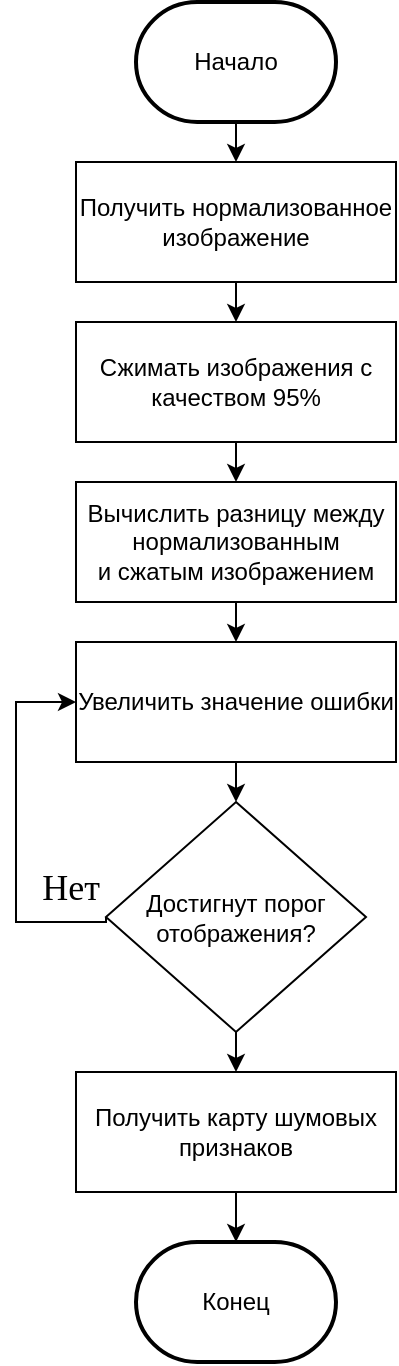
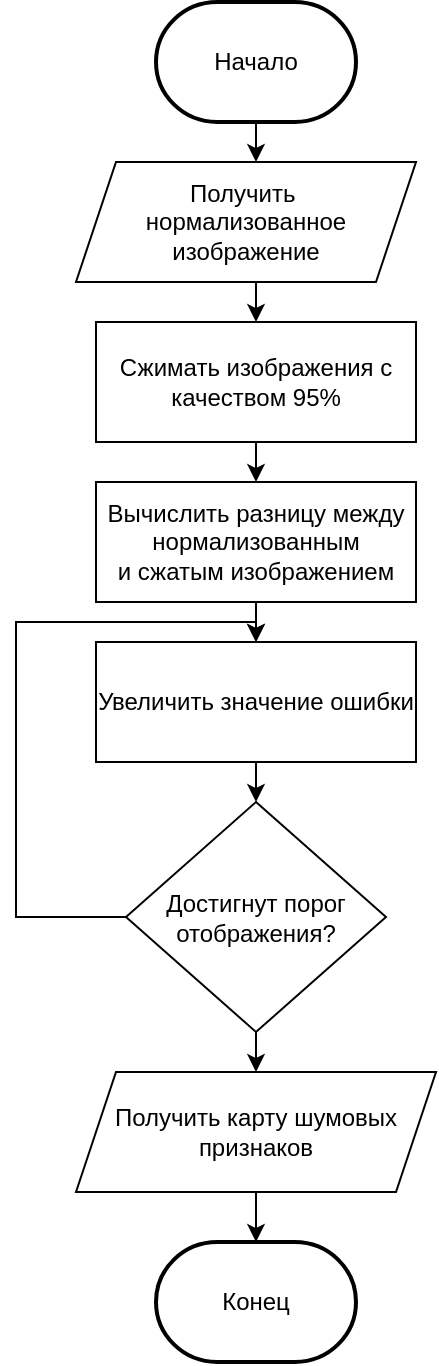
<mxfile host="app.diagrams.net" pages="7">
  <diagram name="Page-1" id="5f_jr6UWxS-_6FZO3qs_">
-     <mxGraphModel dx="1672" dy="833" grid="1" gridSize="10" guides="1" tooltips="1" connect="1" arrows="1" fold="1" page="1" pageScale="1" pageWidth="827" pageHeight="1169" math="0" shadow="0">
-       <root>
-         <mxCell id="0" />
-         <mxCell id="1" parent="0" />
-         <mxCell id="iaA5_6DPOr1e64id2T_v-5" edge="1" parent="1" source="iaA5_6DPOr1e64id2T_v-1" style="edgeStyle=orthogonalEdgeStyle;rounded=0;orthogonalLoop=1;jettySize=auto;html=1;exitX=0.5;exitY=1;exitDx=0;exitDy=0;exitPerimeter=0;entryX=0.5;entryY=0;entryDx=0;entryDy=0;" target="iaA5_6DPOr1e64id2T_v-4">
-           <mxGeometry relative="1" as="geometry" />
+     <mxGraphModel dx="1349" dy="791" grid="1" gridSize="10" guides="1" tooltips="1" connect="1" arrows="1" fold="1" page="1" pageScale="1" pageWidth="827" pageHeight="1169" math="0" shadow="0">
+       <root>
+         <mxCell id="0" />
+         <mxCell id="1" parent="0" />
+         <mxCell id="iaA5_6DPOr1e64id2T_v-5" edge="1" parent="1" source="iaA5_6DPOr1e64id2T_v-1" style="edgeStyle=orthogonalEdgeStyle;rounded=0;orthogonalLoop=1;jettySize=auto;html=1;exitX=0.5;exitY=1;exitDx=0;exitDy=0;exitPerimeter=0;entryX=0.5;entryY=0;entryDx=0;entryDy=0;">
+           <mxGeometry relative="1" as="geometry">
+             <mxPoint x="400" y="100" as="targetPoint" />
+           </mxGeometry>
        </mxCell>
        <mxCell id="iaA5_6DPOr1e64id2T_v-1" parent="1" style="strokeWidth=2;html=1;shape=mxgraph.flowchart.terminator;whiteSpace=wrap;" value="Начало" vertex="1">
          <mxGeometry height="60" width="100" x="350" y="20" as="geometry" />
        </mxCell>
        <mxCell id="iaA5_6DPOr1e64id2T_v-2" parent="1" style="strokeWidth=2;html=1;shape=mxgraph.flowchart.terminator;whiteSpace=wrap;" value="Конец" vertex="1">
          <mxGeometry height="60" width="100" x="350" y="640" as="geometry" />
        </mxCell>
-         <mxCell id="iaA5_6DPOr1e64id2T_v-11" edge="1" parent="1" source="iaA5_6DPOr1e64id2T_v-4" style="edgeStyle=orthogonalEdgeStyle;rounded=0;orthogonalLoop=1;jettySize=auto;html=1;exitX=0.5;exitY=1;exitDx=0;exitDy=0;entryX=0.5;entryY=0;entryDx=0;entryDy=0;" target="iaA5_6DPOr1e64id2T_v-6">
-           <mxGeometry relative="1" as="geometry" />
-         </mxCell>
-         <mxCell id="iaA5_6DPOr1e64id2T_v-4" parent="1" style="rounded=0;whiteSpace=wrap;html=1;" value="Получить нормализованное изображение" vertex="1">
-           <mxGeometry height="60" width="160" x="320" y="100" as="geometry" />
+         <mxCell id="iaA5_6DPOr1e64id2T_v-11" edge="1" parent="1" style="edgeStyle=orthogonalEdgeStyle;rounded=0;orthogonalLoop=1;jettySize=auto;html=1;exitX=0.5;exitY=1;exitDx=0;exitDy=0;entryX=0.5;entryY=0;entryDx=0;entryDy=0;" target="iaA5_6DPOr1e64id2T_v-6">
+           <mxGeometry relative="1" as="geometry">
+             <mxPoint x="400" y="160" as="sourcePoint" />
+           </mxGeometry>
        </mxCell>
        <mxCell id="iaA5_6DPOr1e64id2T_v-12" edge="1" parent="1" source="iaA5_6DPOr1e64id2T_v-6" style="edgeStyle=orthogonalEdgeStyle;rounded=0;orthogonalLoop=1;jettySize=auto;html=1;exitX=0.5;exitY=1;exitDx=0;exitDy=0;entryX=0.5;entryY=0;entryDx=0;entryDy=0;" target="iaA5_6DPOr1e64id2T_v-7">
          <mxGeometry relative="1" as="geometry" />
        </mxCell>
        <mxCell id="iaA5_6DPOr1e64id2T_v-6" parent="1" style="rounded=0;whiteSpace=wrap;html=1;" value="Сжимать изображения с качеством 95%" vertex="1">
          <mxGeometry height="60" width="160" x="320" y="180" as="geometry" />
        </mxCell>
        <mxCell id="iaA5_6DPOr1e64id2T_v-13" edge="1" parent="1" source="iaA5_6DPOr1e64id2T_v-7" style="edgeStyle=orthogonalEdgeStyle;rounded=0;orthogonalLoop=1;jettySize=auto;html=1;exitX=0.5;exitY=1;exitDx=0;exitDy=0;entryX=0.5;entryY=0;entryDx=0;entryDy=0;" target="iaA5_6DPOr1e64id2T_v-8">
          <mxGeometry relative="1" as="geometry" />
        </mxCell>
        <mxCell id="iaA5_6DPOr1e64id2T_v-7" parent="1" style="rounded=0;whiteSpace=wrap;html=1;" value="Вычислить разницу между нормализованным и&amp;nbsp;сжатым изображением" vertex="1">
          <mxGeometry height="60" width="160" x="320" y="260" as="geometry" />
        </mxCell>
        <mxCell id="iaA5_6DPOr1e64id2T_v-14" edge="1" parent="1" source="iaA5_6DPOr1e64id2T_v-8" style="edgeStyle=orthogonalEdgeStyle;rounded=0;orthogonalLoop=1;jettySize=auto;html=1;exitX=0.5;exitY=1;exitDx=0;exitDy=0;entryX=0.5;entryY=0;entryDx=0;entryDy=0;" target="iaA5_6DPOr1e64id2T_v-9">
          <mxGeometry relative="1" as="geometry" />
        </mxCell>
        <mxCell id="iaA5_6DPOr1e64id2T_v-8" parent="1" style="rounded=0;whiteSpace=wrap;html=1;" value="Увеличить значение ошибки" vertex="1">
          <mxGeometry height="60" width="160" x="320" y="340" as="geometry" />
        </mxCell>
-         <mxCell id="iaA5_6DPOr1e64id2T_v-15" edge="1" parent="1" source="iaA5_6DPOr1e64id2T_v-9" style="edgeStyle=orthogonalEdgeStyle;rounded=0;orthogonalLoop=1;jettySize=auto;html=1;exitX=0.5;exitY=1;exitDx=0;exitDy=0;entryX=0.5;entryY=0;entryDx=0;entryDy=0;" target="iaA5_6DPOr1e64id2T_v-10">
-           <mxGeometry relative="1" as="geometry" />
-         </mxCell>
-         <mxCell id="iaA5_6DPOr1e64id2T_v-17" edge="1" parent="1" source="iaA5_6DPOr1e64id2T_v-9" style="edgeStyle=orthogonalEdgeStyle;rounded=0;orthogonalLoop=1;jettySize=auto;html=1;exitX=0;exitY=0.5;exitDx=0;exitDy=0;entryX=0;entryY=0.5;entryDx=0;entryDy=0;" target="iaA5_6DPOr1e64id2T_v-8">
-           <mxGeometry relative="1" as="geometry">
-             <Array as="points">
-               <mxPoint x="335" y="480" />
-               <mxPoint x="290" y="480" />
-               <mxPoint x="290" y="370" />
-             </Array>
-           </mxGeometry>
-         </mxCell>
-         <mxCell id="iaA5_6DPOr1e64id2T_v-18" connectable="0" parent="iaA5_6DPOr1e64id2T_v-17" style="edgeLabel;html=1;align=center;verticalAlign=middle;resizable=0;points=[];" value="&lt;font style=&quot;font-size: 18px;&quot; face=&quot;Times New Roman&quot;&gt;Нет&lt;/font&gt;" vertex="1">
-           <mxGeometry relative="1" x="-0.8433" y="2" as="geometry">
-             <mxPoint x="-6" y="-19" as="offset" />
+         <mxCell id="iaA5_6DPOr1e64id2T_v-15" edge="1" parent="1" source="iaA5_6DPOr1e64id2T_v-9" style="edgeStyle=orthogonalEdgeStyle;rounded=0;orthogonalLoop=1;jettySize=auto;html=1;exitX=0.5;exitY=1;exitDx=0;exitDy=0;entryX=0.5;entryY=0;entryDx=0;entryDy=0;">
+           <mxGeometry relative="1" as="geometry">
+             <mxPoint x="400" y="555" as="targetPoint" />
+           </mxGeometry>
+         </mxCell>
+         <mxCell id="fFi83JusMAsFYEfJsfWx-3" edge="1" parent="1" source="iaA5_6DPOr1e64id2T_v-9" style="edgeStyle=orthogonalEdgeStyle;rounded=0;orthogonalLoop=1;jettySize=auto;html=1;exitX=0;exitY=0.5;exitDx=0;exitDy=0;entryX=0.5;entryY=0;entryDx=0;entryDy=0;" target="iaA5_6DPOr1e64id2T_v-8">
+           <mxGeometry relative="1" as="geometry">
+             <Array as="points">
+               <mxPoint x="280" y="478" />
+               <mxPoint x="280" y="330" />
+               <mxPoint x="400" y="330" />
+             </Array>
          </mxGeometry>
        </mxCell>
        <mxCell id="iaA5_6DPOr1e64id2T_v-9" parent="1" style="rhombus;whiteSpace=wrap;html=1;" value="Достигнут порог отображения?" vertex="1">
          <mxGeometry height="115" width="130" x="335" y="420" as="geometry" />
        </mxCell>
-         <mxCell id="iaA5_6DPOr1e64id2T_v-10" parent="1" style="rounded=0;whiteSpace=wrap;html=1;" value="Получить карту шумовых признаков" vertex="1">
-           <mxGeometry height="60" width="160" x="320" y="555" as="geometry" />
-         </mxCell>
-         <mxCell id="iaA5_6DPOr1e64id2T_v-16" edge="1" parent="1" source="iaA5_6DPOr1e64id2T_v-10" style="edgeStyle=orthogonalEdgeStyle;rounded=0;orthogonalLoop=1;jettySize=auto;html=1;exitX=0.5;exitY=1;exitDx=0;exitDy=0;entryX=0.5;entryY=0;entryDx=0;entryDy=0;entryPerimeter=0;" target="iaA5_6DPOr1e64id2T_v-2">
-           <mxGeometry relative="1" as="geometry" />
+         <mxCell id="iaA5_6DPOr1e64id2T_v-16" edge="1" parent="1" style="edgeStyle=orthogonalEdgeStyle;rounded=0;orthogonalLoop=1;jettySize=auto;html=1;exitX=0.5;exitY=1;exitDx=0;exitDy=0;entryX=0.5;entryY=0;entryDx=0;entryDy=0;entryPerimeter=0;" target="iaA5_6DPOr1e64id2T_v-2">
+           <mxGeometry relative="1" as="geometry">
+             <mxPoint x="400" y="615" as="sourcePoint" />
+           </mxGeometry>
+         </mxCell>
+         <mxCell id="fFi83JusMAsFYEfJsfWx-1" parent="1" style="shape=parallelogram;perimeter=parallelogramPerimeter;whiteSpace=wrap;html=1;fixedSize=1;" value="Получить карту шумовых признаков" vertex="1">
+           <mxGeometry height="60" width="180" x="310" y="555" as="geometry" />
+         </mxCell>
+         <mxCell id="fFi83JusMAsFYEfJsfWx-2" parent="1" style="shape=parallelogram;perimeter=parallelogramPerimeter;whiteSpace=wrap;html=1;fixedSize=1;" value="Получить&amp;nbsp;&lt;div&gt;нормализованное изображение&lt;/div&gt;" vertex="1">
+           <mxGeometry height="60" width="170" x="310" y="100" as="geometry" />
        </mxCell>
      </root>
    </mxGraphModel>
  </diagram>
  <diagram id="vBK4sfr0m_FmbmRXdi4s" name="Page-2">
    <mxGraphModel dx="2176" dy="791" grid="1" gridSize="10" guides="1" tooltips="1" connect="1" arrows="1" fold="1" page="1" pageScale="1" pageWidth="827" pageHeight="1169" math="0" shadow="0">
      <root>
        <mxCell id="0" />
        <mxCell id="1" parent="0" />
        <mxCell id="5En8AD1KOrPb9QO5nH8u-88" edge="1" parent="1" source="5En8AD1KOrPb9QO5nH8u-56" style="edgeStyle=orthogonalEdgeStyle;rounded=0;orthogonalLoop=1;jettySize=auto;html=1;exitX=1;exitY=0.5;exitDx=0;exitDy=0;entryX=0;entryY=0.5;entryDx=0;entryDy=0;fontFamily=Times New Roman;" target="5En8AD1KOrPb9QO5nH8u-63">
          <mxGeometry relative="1" as="geometry" />
        </mxCell>
        <mxCell id="5En8AD1KOrPb9QO5nH8u-56" parent="1" style="rounded=0;whiteSpace=wrap;html=1;fontFamily=Times New Roman;" value="Блок свертки и уменьшения размерности 1" vertex="1">
          <mxGeometry height="60" width="120" x="20" y="280" as="geometry" />
        </mxCell>
        <mxCell id="5En8AD1KOrPb9QO5nH8u-89" edge="1" parent="1" source="5En8AD1KOrPb9QO5nH8u-63" style="edgeStyle=orthogonalEdgeStyle;rounded=0;orthogonalLoop=1;jettySize=auto;html=1;exitX=1;exitY=0.5;exitDx=0;exitDy=0;fontFamily=Times New Roman;" target="5En8AD1KOrPb9QO5nH8u-64">
          <mxGeometry relative="1" as="geometry" />
        </mxCell>
        <mxCell id="5En8AD1KOrPb9QO5nH8u-63" parent="1" style="rounded=0;whiteSpace=wrap;html=1;fontFamily=Times New Roman;" value="Блок свертки и уменьшения размерности 2" vertex="1">
          <mxGeometry height="60" width="120" x="170" y="280" as="geometry" />
        </mxCell>
        <mxCell id="5En8AD1KOrPb9QO5nH8u-90" edge="1" parent="1" source="5En8AD1KOrPb9QO5nH8u-64" style="edgeStyle=orthogonalEdgeStyle;rounded=0;orthogonalLoop=1;jettySize=auto;html=1;exitX=1;exitY=0.5;exitDx=0;exitDy=0;entryX=0;entryY=0.5;entryDx=0;entryDy=0;fontFamily=Times New Roman;" target="5En8AD1KOrPb9QO5nH8u-65">
          <mxGeometry relative="1" as="geometry" />
        </mxCell>
        <mxCell id="5En8AD1KOrPb9QO5nH8u-64" parent="1" style="rounded=0;whiteSpace=wrap;html=1;fontFamily=Times New Roman;" value="Блок свертки и уменьшения размерности 3" vertex="1">
          <mxGeometry height="60" width="120" x="320" y="280" as="geometry" />
        </mxCell>
        <mxCell id="5En8AD1KOrPb9QO5nH8u-91" edge="1" parent="1" source="5En8AD1KOrPb9QO5nH8u-65" style="edgeStyle=orthogonalEdgeStyle;rounded=0;orthogonalLoop=1;jettySize=auto;html=1;exitX=1;exitY=0.5;exitDx=0;exitDy=0;entryX=0;entryY=0.5;entryDx=0;entryDy=0;fontFamily=Times New Roman;" target="5En8AD1KOrPb9QO5nH8u-71">
          <mxGeometry relative="1" as="geometry" />
        </mxCell>
        <mxCell id="5En8AD1KOrPb9QO5nH8u-65" parent="1" style="rounded=0;whiteSpace=wrap;html=1;fontFamily=Times New Roman;" value="Блок свертки и уменьшения размерности 4" vertex="1">
          <mxGeometry height="60" width="120" x="470" y="280" as="geometry" />
        </mxCell>
        <mxCell id="5En8AD1KOrPb9QO5nH8u-81" edge="1" parent="1" source="5En8AD1KOrPb9QO5nH8u-66" style="edgeStyle=orthogonalEdgeStyle;rounded=0;orthogonalLoop=1;jettySize=auto;html=1;exitX=1;exitY=0.5;exitDx=0;exitDy=0;entryX=0;entryY=0.5;entryDx=0;entryDy=0;fontFamily=Times New Roman;" target="5En8AD1KOrPb9QO5nH8u-67">
          <mxGeometry relative="1" as="geometry" />
        </mxCell>
        <mxCell id="5En8AD1KOrPb9QO5nH8u-85" edge="1" parent="1" source="5En8AD1KOrPb9QO5nH8u-66" style="edgeStyle=orthogonalEdgeStyle;rounded=0;orthogonalLoop=1;jettySize=auto;html=1;exitX=1;exitY=0.5;exitDx=0;exitDy=0;entryX=0.5;entryY=0;entryDx=0;entryDy=0;fontFamily=Times New Roman;" target="5En8AD1KOrPb9QO5nH8u-76">
          <mxGeometry relative="1" as="geometry">
            <Array as="points">
              <mxPoint x="150" y="100" />
            </Array>
          </mxGeometry>
        </mxCell>
        <mxCell id="5En8AD1KOrPb9QO5nH8u-66" parent="1" style="rounded=0;whiteSpace=wrap;html=1;fontFamily=Times New Roman;" value="Блок свертки и уменьшения размерности 1" vertex="1">
          <mxGeometry height="60" width="120" x="20" y="70" as="geometry" />
        </mxCell>
        <mxCell id="5En8AD1KOrPb9QO5nH8u-82" edge="1" parent="1" source="5En8AD1KOrPb9QO5nH8u-67" style="edgeStyle=orthogonalEdgeStyle;rounded=0;orthogonalLoop=1;jettySize=auto;html=1;exitX=1;exitY=0.5;exitDx=0;exitDy=0;entryX=0;entryY=0.5;entryDx=0;entryDy=0;fontFamily=Times New Roman;" target="5En8AD1KOrPb9QO5nH8u-68">
          <mxGeometry relative="1" as="geometry" />
        </mxCell>
        <mxCell id="5En8AD1KOrPb9QO5nH8u-86" edge="1" parent="1" source="5En8AD1KOrPb9QO5nH8u-67" style="edgeStyle=orthogonalEdgeStyle;rounded=0;orthogonalLoop=1;jettySize=auto;html=1;exitX=1;exitY=0.5;exitDx=0;exitDy=0;entryX=0.5;entryY=0;entryDx=0;entryDy=0;fontFamily=Times New Roman;" target="5En8AD1KOrPb9QO5nH8u-78">
          <mxGeometry relative="1" as="geometry">
            <Array as="points">
              <mxPoint x="300" y="100" />
            </Array>
          </mxGeometry>
        </mxCell>
        <mxCell id="5En8AD1KOrPb9QO5nH8u-67" parent="1" style="rounded=0;whiteSpace=wrap;html=1;fontFamily=Times New Roman;" value="Блок свертки и уменьшения размерности 2" vertex="1">
          <mxGeometry height="60" width="120" x="170" y="70" as="geometry" />
        </mxCell>
        <mxCell id="5En8AD1KOrPb9QO5nH8u-83" edge="1" parent="1" source="5En8AD1KOrPb9QO5nH8u-68" style="edgeStyle=orthogonalEdgeStyle;rounded=0;orthogonalLoop=1;jettySize=auto;html=1;exitX=1;exitY=0.5;exitDx=0;exitDy=0;entryX=0;entryY=0.5;entryDx=0;entryDy=0;fontFamily=Times New Roman;" target="5En8AD1KOrPb9QO5nH8u-69">
          <mxGeometry relative="1" as="geometry" />
        </mxCell>
        <mxCell id="5En8AD1KOrPb9QO5nH8u-87" edge="1" parent="1" source="5En8AD1KOrPb9QO5nH8u-68" style="edgeStyle=orthogonalEdgeStyle;rounded=0;orthogonalLoop=1;jettySize=auto;html=1;exitX=1;exitY=0.5;exitDx=0;exitDy=0;fontFamily=Times New Roman;" target="5En8AD1KOrPb9QO5nH8u-79">
          <mxGeometry relative="1" as="geometry">
            <Array as="points">
              <mxPoint x="450" y="100" />
            </Array>
          </mxGeometry>
        </mxCell>
        <mxCell id="5En8AD1KOrPb9QO5nH8u-68" parent="1" style="rounded=0;whiteSpace=wrap;html=1;fontFamily=Times New Roman;" value="Блок свертки и уменьшения размерности 3" vertex="1">
          <mxGeometry height="60" width="120" x="320" y="70" as="geometry" />
        </mxCell>
        <mxCell id="5En8AD1KOrPb9QO5nH8u-84" edge="1" parent="1" source="5En8AD1KOrPb9QO5nH8u-69" style="edgeStyle=orthogonalEdgeStyle;rounded=0;orthogonalLoop=1;jettySize=auto;html=1;exitX=1;exitY=0.5;exitDx=0;exitDy=0;entryX=0.5;entryY=0;entryDx=0;entryDy=0;fontFamily=Times New Roman;" target="5En8AD1KOrPb9QO5nH8u-80">
          <mxGeometry relative="1" as="geometry" />
        </mxCell>
        <mxCell id="5En8AD1KOrPb9QO5nH8u-69" parent="1" style="rounded=0;whiteSpace=wrap;html=1;fontFamily=Times New Roman;" value="Блок свертки и уменьшения размерности 4" vertex="1">
          <mxGeometry height="60" width="120" x="470" y="70" as="geometry" />
        </mxCell>
        <mxCell id="5En8AD1KOrPb9QO5nH8u-115" edge="1" parent="1" source="5En8AD1KOrPb9QO5nH8u-71" style="edgeStyle=orthogonalEdgeStyle;rounded=0;orthogonalLoop=1;jettySize=auto;html=1;exitX=1;exitY=0.5;exitDx=0;exitDy=0;entryX=1;entryY=0.5;entryDx=0;entryDy=0;" target="5En8AD1KOrPb9QO5nH8u-77">
          <mxGeometry relative="1" as="geometry" />
        </mxCell>
        <mxCell id="5En8AD1KOrPb9QO5nH8u-71" parent="1" style="rounded=0;whiteSpace=wrap;html=1;fontFamily=Times New Roman;" value="Блок свертки и увеличения размерности 1" vertex="1">
          <mxGeometry height="60" width="120" x="630" y="280" as="geometry" />
        </mxCell>
        <mxCell id="5En8AD1KOrPb9QO5nH8u-95" edge="1" parent="1" source="5En8AD1KOrPb9QO5nH8u-76" style="edgeStyle=orthogonalEdgeStyle;rounded=0;orthogonalLoop=1;jettySize=auto;html=1;exitX=0.5;exitY=1;exitDx=0;exitDy=0;entryX=0;entryY=0.5;entryDx=0;entryDy=0;fontFamily=Times New Roman;" target="5En8AD1KOrPb9QO5nH8u-63">
          <mxGeometry relative="1" as="geometry" />
        </mxCell>
        <mxCell id="5En8AD1KOrPb9QO5nH8u-76" parent="1" style="rounded=0;whiteSpace=wrap;html=1;fontFamily=Times New Roman;" value="Слой адаптации&amp;nbsp; признаков" vertex="1">
          <mxGeometry height="60" width="120" x="90" y="170" as="geometry" />
        </mxCell>
        <mxCell id="5En8AD1KOrPb9QO5nH8u-117" edge="1" parent="1" source="5En8AD1KOrPb9QO5nH8u-77" style="edgeStyle=orthogonalEdgeStyle;rounded=0;orthogonalLoop=1;jettySize=auto;html=1;exitX=0;exitY=0.5;exitDx=0;exitDy=0;entryX=1;entryY=0.5;entryDx=0;entryDy=0;" target="5En8AD1KOrPb9QO5nH8u-101">
          <mxGeometry relative="1" as="geometry" />
        </mxCell>
        <mxCell id="5En8AD1KOrPb9QO5nH8u-77" parent="1" style="rounded=0;whiteSpace=wrap;html=1;fontFamily=Times New Roman;" value="Слой внимания" vertex="1">
          <mxGeometry height="60" width="120" x="630" y="390" as="geometry" />
        </mxCell>
        <mxCell id="5En8AD1KOrPb9QO5nH8u-96" edge="1" parent="1" source="5En8AD1KOrPb9QO5nH8u-78" style="edgeStyle=orthogonalEdgeStyle;rounded=0;orthogonalLoop=1;jettySize=auto;html=1;exitX=0.5;exitY=1;exitDx=0;exitDy=0;entryX=0;entryY=0.5;entryDx=0;entryDy=0;fontFamily=Times New Roman;" target="5En8AD1KOrPb9QO5nH8u-64">
          <mxGeometry relative="1" as="geometry" />
        </mxCell>
        <mxCell id="5En8AD1KOrPb9QO5nH8u-78" parent="1" style="rounded=0;whiteSpace=wrap;html=1;fontFamily=Times New Roman;" value="Слой адаптации&amp;nbsp; признаков" vertex="1">
          <mxGeometry height="60" width="120" x="240" y="170" as="geometry" />
        </mxCell>
        <mxCell id="5En8AD1KOrPb9QO5nH8u-97" edge="1" parent="1" source="5En8AD1KOrPb9QO5nH8u-79" style="edgeStyle=orthogonalEdgeStyle;rounded=0;orthogonalLoop=1;jettySize=auto;html=1;exitX=0.5;exitY=1;exitDx=0;exitDy=0;entryX=0;entryY=0.5;entryDx=0;entryDy=0;fontFamily=Times New Roman;" target="5En8AD1KOrPb9QO5nH8u-65">
          <mxGeometry relative="1" as="geometry" />
        </mxCell>
        <mxCell id="5En8AD1KOrPb9QO5nH8u-79" parent="1" style="rounded=0;whiteSpace=wrap;html=1;fontFamily=Times New Roman;" value="Слой адаптации&amp;nbsp; признаков" vertex="1">
          <mxGeometry height="60" width="120" x="390" y="170" as="geometry" />
        </mxCell>
        <mxCell id="5En8AD1KOrPb9QO5nH8u-98" edge="1" parent="1" source="5En8AD1KOrPb9QO5nH8u-80" style="edgeStyle=orthogonalEdgeStyle;rounded=0;orthogonalLoop=1;jettySize=auto;html=1;exitX=0.5;exitY=1;exitDx=0;exitDy=0;entryX=0;entryY=0.5;entryDx=0;entryDy=0;fontFamily=Times New Roman;" target="5En8AD1KOrPb9QO5nH8u-71">
          <mxGeometry relative="1" as="geometry" />
        </mxCell>
        <mxCell id="5En8AD1KOrPb9QO5nH8u-80" parent="1" style="rounded=0;whiteSpace=wrap;html=1;fontFamily=Times New Roman;" value="Слой адаптации&amp;nbsp; признаков" vertex="1">
          <mxGeometry height="60" width="120" x="550" y="170" as="geometry" />
        </mxCell>
        <mxCell id="5En8AD1KOrPb9QO5nH8u-118" edge="1" parent="1" source="5En8AD1KOrPb9QO5nH8u-101" style="edgeStyle=orthogonalEdgeStyle;rounded=0;orthogonalLoop=1;jettySize=auto;html=1;exitX=0;exitY=0.5;exitDx=0;exitDy=0;entryX=1;entryY=0.5;entryDx=0;entryDy=0;" target="5En8AD1KOrPb9QO5nH8u-102">
          <mxGeometry relative="1" as="geometry" />
        </mxCell>
        <mxCell id="5En8AD1KOrPb9QO5nH8u-101" parent="1" style="rounded=0;whiteSpace=wrap;html=1;fontFamily=Times New Roman;" value="Блок свертки и увеличения размерности 2" vertex="1">
          <mxGeometry height="60" width="120" x="470" y="390" as="geometry" />
        </mxCell>
        <mxCell id="5En8AD1KOrPb9QO5nH8u-119" edge="1" parent="1" source="5En8AD1KOrPb9QO5nH8u-102" style="edgeStyle=orthogonalEdgeStyle;rounded=0;orthogonalLoop=1;jettySize=auto;html=1;exitX=0;exitY=0.5;exitDx=0;exitDy=0;entryX=1;entryY=0.5;entryDx=0;entryDy=0;" target="5En8AD1KOrPb9QO5nH8u-107">
          <mxGeometry relative="1" as="geometry" />
        </mxCell>
        <mxCell id="5En8AD1KOrPb9QO5nH8u-102" parent="1" style="rounded=0;whiteSpace=wrap;html=1;fontFamily=Times New Roman;" value="Слой внимания" vertex="1">
          <mxGeometry height="60" width="120" x="320" y="390" as="geometry" />
        </mxCell>
        <mxCell id="5En8AD1KOrPb9QO5nH8u-104" parent="1" style="rounded=0;whiteSpace=wrap;html=1;fontFamily=Times New Roman;" value="Блок свертки и увеличения размерности 4" vertex="1">
          <mxGeometry height="60" width="120" x="-130" y="390" as="geometry" />
        </mxCell>
        <mxCell id="5En8AD1KOrPb9QO5nH8u-120" edge="1" parent="1" source="5En8AD1KOrPb9QO5nH8u-107" style="edgeStyle=orthogonalEdgeStyle;rounded=0;orthogonalLoop=1;jettySize=auto;html=1;exitX=0;exitY=0.5;exitDx=0;exitDy=0;entryX=1;entryY=0.5;entryDx=0;entryDy=0;" target="5En8AD1KOrPb9QO5nH8u-108">
          <mxGeometry relative="1" as="geometry" />
        </mxCell>
        <mxCell id="5En8AD1KOrPb9QO5nH8u-107" parent="1" style="rounded=0;whiteSpace=wrap;html=1;fontFamily=Times New Roman;" value="Блок свертки и увеличения размерности 3" vertex="1">
          <mxGeometry height="60" width="120" x="170" y="390" as="geometry" />
        </mxCell>
        <mxCell id="5En8AD1KOrPb9QO5nH8u-121" edge="1" parent="1" source="5En8AD1KOrPb9QO5nH8u-108" style="edgeStyle=orthogonalEdgeStyle;rounded=0;orthogonalLoop=1;jettySize=auto;html=1;exitX=0;exitY=0.5;exitDx=0;exitDy=0;entryX=1;entryY=0.5;entryDx=0;entryDy=0;" target="5En8AD1KOrPb9QO5nH8u-104">
          <mxGeometry relative="1" as="geometry" />
        </mxCell>
        <mxCell id="5En8AD1KOrPb9QO5nH8u-108" parent="1" style="rounded=0;whiteSpace=wrap;html=1;fontFamily=Times New Roman;" value="Слой внимания" vertex="1">
          <mxGeometry height="60" width="120" x="20" y="390" as="geometry" />
        </mxCell>
        <mxCell id="5En8AD1KOrPb9QO5nH8u-114" edge="1" parent="1" source="5En8AD1KOrPb9QO5nH8u-112" style="edgeStyle=orthogonalEdgeStyle;rounded=0;orthogonalLoop=1;jettySize=auto;html=1;exitX=1;exitY=0.5;exitDx=0;exitDy=0;entryX=0;entryY=0.5;entryDx=0;entryDy=0;fontFamily=Times New Roman;" target="5En8AD1KOrPb9QO5nH8u-66">
          <mxGeometry relative="1" as="geometry" />
        </mxCell>
        <mxCell id="5En8AD1KOrPb9QO5nH8u-112" parent="1" style="rounded=0;whiteSpace=wrap;html=1;fontFamily=Times New Roman;" value="Карта шумовых признаков" vertex="1">
          <mxGeometry height="60" width="120" x="-130" y="70" as="geometry" />
        </mxCell>
        <mxCell id="5En8AD1KOrPb9QO5nH8u-122" edge="1" parent="1" source="5En8AD1KOrPb9QO5nH8u-113" style="edgeStyle=orthogonalEdgeStyle;rounded=0;orthogonalLoop=1;jettySize=auto;html=1;exitX=1;exitY=0.5;exitDx=0;exitDy=0;entryX=0;entryY=0.5;entryDx=0;entryDy=0;" target="5En8AD1KOrPb9QO5nH8u-56">
          <mxGeometry relative="1" as="geometry" />
        </mxCell>
        <mxCell id="5En8AD1KOrPb9QO5nH8u-113" parent="1" style="rounded=0;whiteSpace=wrap;html=1;fontFamily=Times New Roman;" value="&lt;font&gt;Нормализованное изображение&lt;/font&gt;" vertex="1">
          <mxGeometry height="60" width="120" x="-130" y="280" as="geometry" />
        </mxCell>
      </root>
    </mxGraphModel>
  </diagram>
  <diagram id="dG1jrrxaN2A1gfcEhgiB" name="Page-3">
    <mxGraphModel dx="1349" dy="791" grid="1" gridSize="10" guides="1" tooltips="1" connect="1" arrows="1" fold="1" page="1" pageScale="1" pageWidth="827" pageHeight="1169" math="0" shadow="0">
      <root>
        <mxCell id="0" />
        <mxCell id="1" parent="0" />
        <mxCell id="o_qyWmwgwMEGPiieuGuZ-1" edge="1" parent="1" source="hzz-tcN2lzBQxe9KuyDl-1" style="edgeStyle=orthogonalEdgeStyle;rounded=0;orthogonalLoop=1;jettySize=auto;html=1;exitX=0.5;exitY=1;exitDx=0;exitDy=0;entryX=0.5;entryY=0;entryDx=0;entryDy=0;" target="hzz-tcN2lzBQxe9KuyDl-2">
          <mxGeometry relative="1" as="geometry" />
        </mxCell>
        <mxCell id="hzz-tcN2lzBQxe9KuyDl-1" parent="1" style="rounded=0;whiteSpace=wrap;html=1;fontFamily=Times New Roman;" value="Слой сверки" vertex="1">
          <mxGeometry height="60" width="120" x="100" y="160" as="geometry" />
        </mxCell>
        <mxCell id="o_qyWmwgwMEGPiieuGuZ-2" edge="1" parent="1" source="hzz-tcN2lzBQxe9KuyDl-2" style="edgeStyle=orthogonalEdgeStyle;rounded=0;orthogonalLoop=1;jettySize=auto;html=1;exitX=0.5;exitY=1;exitDx=0;exitDy=0;entryX=0.5;entryY=0;entryDx=0;entryDy=0;" target="hzz-tcN2lzBQxe9KuyDl-3">
          <mxGeometry relative="1" as="geometry" />
        </mxCell>
        <mxCell id="hzz-tcN2lzBQxe9KuyDl-2" parent="1" style="rounded=0;whiteSpace=wrap;html=1;fontFamily=Times New Roman;" value="Слой нормализации" vertex="1">
          <mxGeometry height="60" width="120" x="100" y="250" as="geometry" />
        </mxCell>
        <mxCell id="o_qyWmwgwMEGPiieuGuZ-3" edge="1" parent="1" source="hzz-tcN2lzBQxe9KuyDl-3" style="edgeStyle=orthogonalEdgeStyle;rounded=0;orthogonalLoop=1;jettySize=auto;html=1;exitX=0.5;exitY=1;exitDx=0;exitDy=0;entryX=0.5;entryY=0;entryDx=0;entryDy=0;" target="hzz-tcN2lzBQxe9KuyDl-4">
          <mxGeometry relative="1" as="geometry" />
        </mxCell>
        <mxCell id="hzz-tcN2lzBQxe9KuyDl-3" parent="1" style="rounded=0;whiteSpace=wrap;html=1;fontFamily=Times New Roman;" value="Слой ReLU" vertex="1">
          <mxGeometry height="60" width="120" x="100" y="340" as="geometry" />
        </mxCell>
        <mxCell id="hzz-tcN2lzBQxe9KuyDl-4" parent="1" style="rounded=0;whiteSpace=wrap;html=1;fontFamily=Times New Roman;" value="&lt;font&gt;Слой уменьшения размерности&lt;/font&gt;" vertex="1">
          <mxGeometry height="60" width="120" x="100" y="430" as="geometry" />
        </mxCell>
      </root>
    </mxGraphModel>
  </diagram>
  <diagram id="mq507-jpx9ZyFZJN3EKq" name="Page-4">
    <mxGraphModel dx="1349" dy="791" grid="1" gridSize="10" guides="1" tooltips="1" connect="1" arrows="1" fold="1" page="1" pageScale="1" pageWidth="827" pageHeight="1169" math="0" shadow="0">
      <root>
        <mxCell id="0" />
        <mxCell id="1" parent="0" />
        <mxCell id="TZHakx-o-ntEvom0SSXh-1" edge="1" parent="1" source="O1TxpvQs4nKPBtjU-Hzh-2" style="edgeStyle=orthogonalEdgeStyle;rounded=0;orthogonalLoop=1;jettySize=auto;html=1;exitX=0.5;exitY=1;exitDx=0;exitDy=0;entryX=0.5;entryY=0;entryDx=0;entryDy=0;" target="O1TxpvQs4nKPBtjU-Hzh-4">
          <mxGeometry relative="1" as="geometry" />
        </mxCell>
        <mxCell id="O1TxpvQs4nKPBtjU-Hzh-2" parent="1" style="rounded=0;whiteSpace=wrap;html=1;fontFamily=Times New Roman;" value="Слой сверки" vertex="1">
          <mxGeometry height="60" width="120" x="90" y="170" as="geometry" />
        </mxCell>
        <mxCell id="TZHakx-o-ntEvom0SSXh-2" edge="1" parent="1" source="O1TxpvQs4nKPBtjU-Hzh-4" style="edgeStyle=orthogonalEdgeStyle;rounded=0;orthogonalLoop=1;jettySize=auto;html=1;exitX=0.5;exitY=1;exitDx=0;exitDy=0;entryX=0.5;entryY=0;entryDx=0;entryDy=0;" target="O1TxpvQs4nKPBtjU-Hzh-6">
          <mxGeometry relative="1" as="geometry" />
        </mxCell>
        <mxCell id="O1TxpvQs4nKPBtjU-Hzh-4" parent="1" style="rounded=0;whiteSpace=wrap;html=1;fontFamily=Times New Roman;" value="Слой нормализации" vertex="1">
          <mxGeometry height="60" width="120" x="90" y="260" as="geometry" />
        </mxCell>
        <mxCell id="TZHakx-o-ntEvom0SSXh-3" edge="1" parent="1" source="O1TxpvQs4nKPBtjU-Hzh-6" style="edgeStyle=orthogonalEdgeStyle;rounded=0;orthogonalLoop=1;jettySize=auto;html=1;exitX=0.5;exitY=1;exitDx=0;exitDy=0;entryX=0.5;entryY=0;entryDx=0;entryDy=0;" target="O1TxpvQs4nKPBtjU-Hzh-7">
          <mxGeometry relative="1" as="geometry" />
        </mxCell>
        <mxCell id="O1TxpvQs4nKPBtjU-Hzh-6" parent="1" style="rounded=0;whiteSpace=wrap;html=1;fontFamily=Times New Roman;" value="Слой ReLU" vertex="1">
          <mxGeometry height="60" width="120" x="90" y="350" as="geometry" />
        </mxCell>
        <mxCell id="O1TxpvQs4nKPBtjU-Hzh-7" parent="1" style="rounded=0;whiteSpace=wrap;html=1;fontFamily=Times New Roman;" value="Слои увеличения размерности" vertex="1">
          <mxGeometry height="60" width="120" x="90" y="440" as="geometry" />
        </mxCell>
      </root>
    </mxGraphModel>
  </diagram>
  <diagram id="cqXebNoClnJQszQjGE8H" name="Page-5">
    <mxGraphModel dx="1349" dy="791" grid="1" gridSize="10" guides="1" tooltips="1" connect="1" arrows="1" fold="1" page="1" pageScale="1" pageWidth="827" pageHeight="1169" math="0" shadow="0">
      <root>
        <mxCell id="0" />
        <mxCell id="1" parent="0" />
        <mxCell id="mnYN3H2kunmzv5OjwXdr-5" edge="1" parent="1" source="mnYN3H2kunmzv5OjwXdr-1" style="edgeStyle=orthogonalEdgeStyle;rounded=0;orthogonalLoop=1;jettySize=auto;html=1;exitX=0.5;exitY=1;exitDx=0;exitDy=0;entryX=0.5;entryY=0;entryDx=0;entryDy=0;fontFamily=Times New Roman;" target="mnYN3H2kunmzv5OjwXdr-2">
          <mxGeometry relative="1" as="geometry" />
        </mxCell>
        <mxCell id="mnYN3H2kunmzv5OjwXdr-8" edge="1" parent="1" source="mnYN3H2kunmzv5OjwXdr-1" style="edgeStyle=orthogonalEdgeStyle;rounded=0;orthogonalLoop=1;jettySize=auto;html=1;exitX=0.5;exitY=1;exitDx=0;exitDy=0;entryX=0.5;entryY=0;entryDx=0;entryDy=0;" target="mnYN3H2kunmzv5OjwXdr-3">
          <mxGeometry relative="1" as="geometry">
            <Array as="points">
              <mxPoint x="170" y="190" />
              <mxPoint x="250" y="190" />
              <mxPoint x="250" y="300" />
              <mxPoint x="170" y="300" />
            </Array>
          </mxGeometry>
        </mxCell>
        <mxCell id="mnYN3H2kunmzv5OjwXdr-1" parent="1" style="rounded=0;whiteSpace=wrap;html=1;fontFamily=Times New Roman;" value="Входные" vertex="1">
          <mxGeometry height="60" width="120" x="110" y="110" as="geometry" />
        </mxCell>
        <mxCell id="mnYN3H2kunmzv5OjwXdr-6" edge="1" parent="1" source="mnYN3H2kunmzv5OjwXdr-2" style="edgeStyle=orthogonalEdgeStyle;rounded=0;orthogonalLoop=1;jettySize=auto;html=1;exitX=0.5;exitY=1;exitDx=0;exitDy=0;entryX=0.5;entryY=0;entryDx=0;entryDy=0;fontFamily=Times New Roman;" target="mnYN3H2kunmzv5OjwXdr-3">
          <mxGeometry relative="1" as="geometry" />
        </mxCell>
        <mxCell id="mnYN3H2kunmzv5OjwXdr-2" parent="1" style="rounded=0;whiteSpace=wrap;html=1;fontFamily=Times New Roman;" value="Сверки и ReLU" vertex="1">
          <mxGeometry height="60" width="120" x="110" y="220" as="geometry" />
        </mxCell>
        <mxCell id="mnYN3H2kunmzv5OjwXdr-7" edge="1" parent="1" source="mnYN3H2kunmzv5OjwXdr-3" style="edgeStyle=orthogonalEdgeStyle;rounded=0;orthogonalLoop=1;jettySize=auto;html=1;exitX=0.5;exitY=1;exitDx=0;exitDy=0;fontFamily=Times New Roman;" target="mnYN3H2kunmzv5OjwXdr-4">
          <mxGeometry relative="1" as="geometry" />
        </mxCell>
        <mxCell id="mnYN3H2kunmzv5OjwXdr-3" parent="1" style="rounded=0;whiteSpace=wrap;html=1;fontFamily=Times New Roman;" value="Суммирование" vertex="1">
          <mxGeometry height="60" width="120" x="110" y="330" as="geometry" />
        </mxCell>
        <mxCell id="mnYN3H2kunmzv5OjwXdr-4" parent="1" style="rounded=0;whiteSpace=wrap;html=1;fontFamily=Times New Roman;" value="Выходные" vertex="1">
          <mxGeometry height="60" width="120" x="110" y="440" as="geometry" />
        </mxCell>
      </root>
    </mxGraphModel>
  </diagram>
  <diagram id="cUkoDghj4SZj5bQy2U-o" name="Page-6">
    <mxGraphModel dx="1349" dy="791" grid="1" gridSize="10" guides="1" tooltips="1" connect="1" arrows="1" fold="1" page="1" pageScale="1" pageWidth="827" pageHeight="1169" math="0" shadow="0">
      <root>
        <mxCell id="0" />
        <mxCell id="1" parent="0" />
        <mxCell id="D4vpctv4crs-DTvOOlC4-1" edge="1" parent="1" source="xvzpXfHp3fzpZcdo6WXA-1" style="edgeStyle=orthogonalEdgeStyle;rounded=0;orthogonalLoop=1;jettySize=auto;html=1;exitX=0.5;exitY=1;exitDx=0;exitDy=0;entryX=0.5;entryY=0;entryDx=0;entryDy=0;" target="xvzpXfHp3fzpZcdo6WXA-8">
          <mxGeometry relative="1" as="geometry" />
        </mxCell>
        <mxCell id="za12hYz4z_XyXEl2o-Se-1" edge="1" parent="1" source="xvzpXfHp3fzpZcdo6WXA-1" style="edgeStyle=orthogonalEdgeStyle;rounded=0;orthogonalLoop=1;jettySize=auto;html=1;exitX=0.5;exitY=1;exitDx=0;exitDy=0;entryX=0.5;entryY=0;entryDx=0;entryDy=0;" target="xvzpXfHp3fzpZcdo6WXA-2">
          <mxGeometry relative="1" as="geometry">
            <Array as="points">
              <mxPoint x="75" y="160" />
              <mxPoint x="270" y="160" />
            </Array>
          </mxGeometry>
        </mxCell>
        <mxCell id="xvzpXfHp3fzpZcdo6WXA-1" parent="1" style="rounded=0;whiteSpace=wrap;html=1;fontFamily=Times New Roman;fillColor=none;" value="Входные" vertex="1">
          <mxGeometry height="60" width="130" x="10" y="90" as="geometry" />
        </mxCell>
        <mxCell id="xvzpXfHp3fzpZcdo6WXA-12" edge="1" parent="1" source="xvzpXfHp3fzpZcdo6WXA-2" style="edgeStyle=orthogonalEdgeStyle;rounded=0;orthogonalLoop=1;jettySize=auto;html=1;exitX=0.5;exitY=1;exitDx=0;exitDy=0;entryX=0.5;entryY=0;entryDx=0;entryDy=0;" target="xvzpXfHp3fzpZcdo6WXA-3">
          <mxGeometry relative="1" as="geometry" />
        </mxCell>
        <mxCell id="xvzpXfHp3fzpZcdo6WXA-2" parent="1" style="rounded=0;whiteSpace=wrap;html=1;fontFamily=Times New Roman;fillColor=none;" value="Глобальный пуллинг" vertex="1">
          <mxGeometry height="60" width="120" x="210" y="180" as="geometry" />
        </mxCell>
        <mxCell id="xvzpXfHp3fzpZcdo6WXA-18" edge="1" parent="1" source="xvzpXfHp3fzpZcdo6WXA-3" style="edgeStyle=orthogonalEdgeStyle;rounded=0;orthogonalLoop=1;jettySize=auto;html=1;exitX=0.5;exitY=1;exitDx=0;exitDy=0;entryX=0.5;entryY=0;entryDx=0;entryDy=0;" target="xvzpXfHp3fzpZcdo6WXA-4">
          <mxGeometry relative="1" as="geometry" />
        </mxCell>
        <mxCell id="xvzpXfHp3fzpZcdo6WXA-3" parent="1" style="rounded=0;whiteSpace=wrap;html=1;fontFamily=Times New Roman;fillColor=none;" value="Полносвязный слой" vertex="1">
          <mxGeometry height="60" width="120" x="210" y="260" as="geometry" />
        </mxCell>
        <mxCell id="xvzpXfHp3fzpZcdo6WXA-17" edge="1" parent="1" source="xvzpXfHp3fzpZcdo6WXA-4" style="edgeStyle=orthogonalEdgeStyle;rounded=0;orthogonalLoop=1;jettySize=auto;html=1;exitX=0.5;exitY=1;exitDx=0;exitDy=0;entryX=0.5;entryY=0;entryDx=0;entryDy=0;" target="xvzpXfHp3fzpZcdo6WXA-5">
          <mxGeometry relative="1" as="geometry" />
        </mxCell>
        <mxCell id="xvzpXfHp3fzpZcdo6WXA-4" parent="1" style="rounded=0;whiteSpace=wrap;html=1;fontFamily=Times New Roman;fillColor=none;" value="ReLU" vertex="1">
          <mxGeometry height="60" width="120" x="210" y="340" as="geometry" />
        </mxCell>
        <mxCell id="xvzpXfHp3fzpZcdo6WXA-16" edge="1" parent="1" source="xvzpXfHp3fzpZcdo6WXA-5" style="edgeStyle=orthogonalEdgeStyle;rounded=0;orthogonalLoop=1;jettySize=auto;html=1;exitX=0.5;exitY=1;exitDx=0;exitDy=0;entryX=0.5;entryY=0;entryDx=0;entryDy=0;" target="xvzpXfHp3fzpZcdo6WXA-6">
          <mxGeometry relative="1" as="geometry" />
        </mxCell>
        <mxCell id="xvzpXfHp3fzpZcdo6WXA-5" parent="1" style="rounded=0;whiteSpace=wrap;html=1;fontFamily=Times New Roman;fillColor=none;" value="Полносвязный слой" vertex="1">
          <mxGeometry height="60" width="120" x="210" y="420" as="geometry" />
        </mxCell>
        <mxCell id="za12hYz4z_XyXEl2o-Se-2" edge="1" parent="1" source="xvzpXfHp3fzpZcdo6WXA-6" style="edgeStyle=orthogonalEdgeStyle;rounded=0;orthogonalLoop=1;jettySize=auto;html=1;exitX=0.5;exitY=1;exitDx=0;exitDy=0;entryX=0.5;entryY=0;entryDx=0;entryDy=0;" target="xvzpXfHp3fzpZcdo6WXA-8">
          <mxGeometry relative="1" as="geometry" />
        </mxCell>
        <mxCell id="xvzpXfHp3fzpZcdo6WXA-6" parent="1" style="rounded=0;whiteSpace=wrap;html=1;fontFamily=Times New Roman;fillColor=none;" value="&lt;div style=&quot;text-align: start;&quot;&gt;Sigmoid&lt;/div&gt;" vertex="1">
          <mxGeometry height="60" width="120" x="210" y="500" as="geometry" />
        </mxCell>
        <mxCell id="xvzpXfHp3fzpZcdo6WXA-14" edge="1" parent="1" source="xvzpXfHp3fzpZcdo6WXA-8" style="edgeStyle=orthogonalEdgeStyle;rounded=0;orthogonalLoop=1;jettySize=auto;html=1;exitX=0.5;exitY=1;exitDx=0;exitDy=0;entryX=0.5;entryY=0;entryDx=0;entryDy=0;" target="xvzpXfHp3fzpZcdo6WXA-9">
          <mxGeometry relative="1" as="geometry" />
        </mxCell>
        <mxCell id="xvzpXfHp3fzpZcdo6WXA-8" parent="1" style="rounded=0;whiteSpace=wrap;html=1;fontFamily=Times New Roman;fillColor=none;" value="Масштабирование" vertex="1">
          <mxGeometry height="60" width="120" x="15" y="430" as="geometry" />
        </mxCell>
        <mxCell id="xvzpXfHp3fzpZcdo6WXA-9" parent="1" style="rounded=0;whiteSpace=wrap;html=1;fontFamily=Times New Roman;fillColor=none;" value="Выходные" vertex="1">
          <mxGeometry height="60" width="120" x="10" y="510" as="geometry" />
        </mxCell>
      </root>
    </mxGraphModel>
  </diagram>
  <diagram id="pmX0nyb4l9BtbDB-tgw6" name="Page-7">
    <mxGraphModel dx="1349" dy="791" grid="1" gridSize="10" guides="1" tooltips="1" connect="1" arrows="1" fold="1" page="1" pageScale="1" pageWidth="827" pageHeight="1169" math="0" shadow="0">
      <root>
        <mxCell id="0" />
        <mxCell id="1" parent="0" />
        <mxCell id="oFjHocYzsXXTZ_MfrEBI-5" edge="1" parent="1" source="oFjHocYzsXXTZ_MfrEBI-1" style="edgeStyle=orthogonalEdgeStyle;rounded=0;orthogonalLoop=1;jettySize=auto;html=1;exitX=0.5;exitY=1;exitDx=0;exitDy=0;entryX=0.5;entryY=0;entryDx=0;entryDy=0;" target="oFjHocYzsXXTZ_MfrEBI-2">
          <mxGeometry relative="1" as="geometry" />
        </mxCell>
        <mxCell id="oFjHocYzsXXTZ_MfrEBI-1" parent="1" style="shape=module;align=left;spacingLeft=20;align=center;verticalAlign=top;whiteSpace=wrap;html=1;" value="&lt;div&gt;&lt;br&gt;&lt;/div&gt;Модуль пользователского&lt;div&gt;&amp;nbsp;&lt;span style=&quot;background-color: transparent; color: light-dark(rgb(0, 0, 0), rgb(255, 255, 255));&quot;&gt;интерфейса&lt;/span&gt;&lt;/div&gt;" vertex="1">
          <mxGeometry height="70" width="190" x="216.25" y="160" as="geometry" />
        </mxCell>
        <mxCell id="oFjHocYzsXXTZ_MfrEBI-6" edge="1" parent="1" source="oFjHocYzsXXTZ_MfrEBI-2" style="edgeStyle=orthogonalEdgeStyle;rounded=0;orthogonalLoop=1;jettySize=auto;html=1;exitX=0.5;exitY=1;exitDx=0;exitDy=0;entryX=0.5;entryY=0;entryDx=0;entryDy=0;" target="oFjHocYzsXXTZ_MfrEBI-3">
          <mxGeometry relative="1" as="geometry" />
        </mxCell>
        <mxCell id="oFjHocYzsXXTZ_MfrEBI-7" edge="1" parent="1" source="oFjHocYzsXXTZ_MfrEBI-2" style="edgeStyle=orthogonalEdgeStyle;rounded=0;orthogonalLoop=1;jettySize=auto;html=1;exitX=0.5;exitY=1;exitDx=0;exitDy=0;entryX=0.5;entryY=0;entryDx=0;entryDy=0;" target="oFjHocYzsXXTZ_MfrEBI-4">
          <mxGeometry relative="1" as="geometry" />
        </mxCell>
        <mxCell id="oFjHocYzsXXTZ_MfrEBI-2" parent="1" style="shape=module;align=left;spacingLeft=20;align=center;verticalAlign=top;whiteSpace=wrap;html=1;" value="Модуль обнаружения&amp;nbsp;&lt;br/&gt;&lt;span class=&quot;fontstyle0&quot;&gt;фальсифицированного фрагмента&lt;/span&gt;" vertex="1">
          <mxGeometry height="60" width="182.5" x="220" y="280" as="geometry" />
        </mxCell>
        <mxCell id="oFjHocYzsXXTZ_MfrEBI-3" parent="1" style="shape=module;align=left;spacingLeft=20;align=center;verticalAlign=top;whiteSpace=wrap;html=1;" value="&lt;div&gt;&lt;br&gt;&lt;/div&gt;Модель СНН" vertex="1">
          <mxGeometry height="50" width="182.5" x="100" y="390" as="geometry" />
        </mxCell>
        <mxCell id="oFjHocYzsXXTZ_MfrEBI-4" parent="1" style="shape=module;align=left;spacingLeft=20;align=center;verticalAlign=top;whiteSpace=wrap;html=1;" value="&lt;div&gt;&lt;br&gt;&lt;/div&gt;Модуль предобработки изображения" vertex="1">
          <mxGeometry height="60" width="182.5" x="340" y="390" as="geometry" />
        </mxCell>
      </root>
    </mxGraphModel>
  </diagram>
</mxfile>
